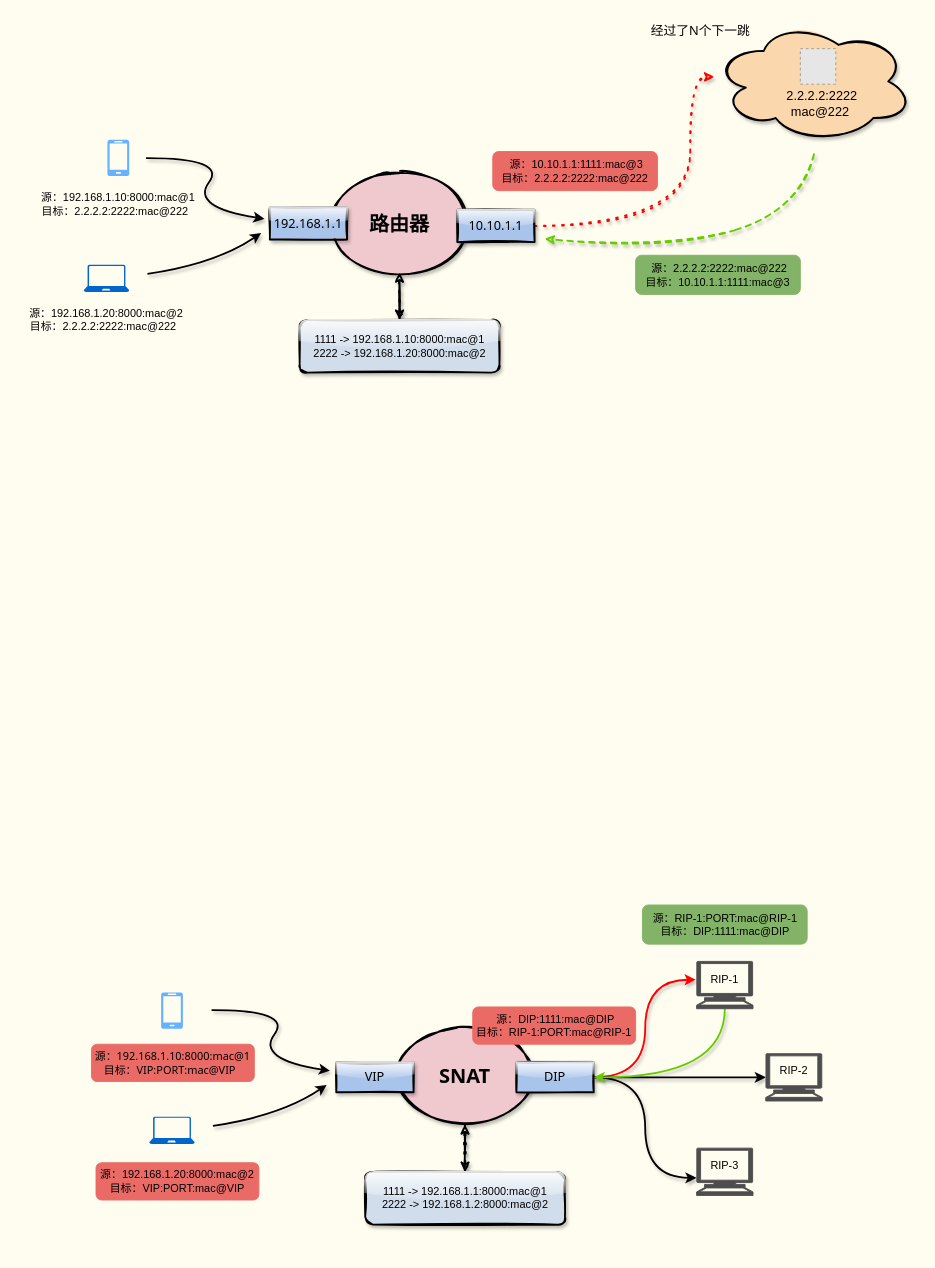
Earlier version of the draw.io diagram pictures/负载均衡/lvs_snat.drawio (boxtsecond/draw). Source tidied: cells renumbered, new cells numbered last; positions are measured from the earlier drawing's top-left corner, leaving out a move shared by most shapes. Both pictures are drawn from the tidied source at 91%, with x=0, y=0 at pixel (24, 20). Pictures stored in the file or linked from it are replaced by grey dashed boxes.
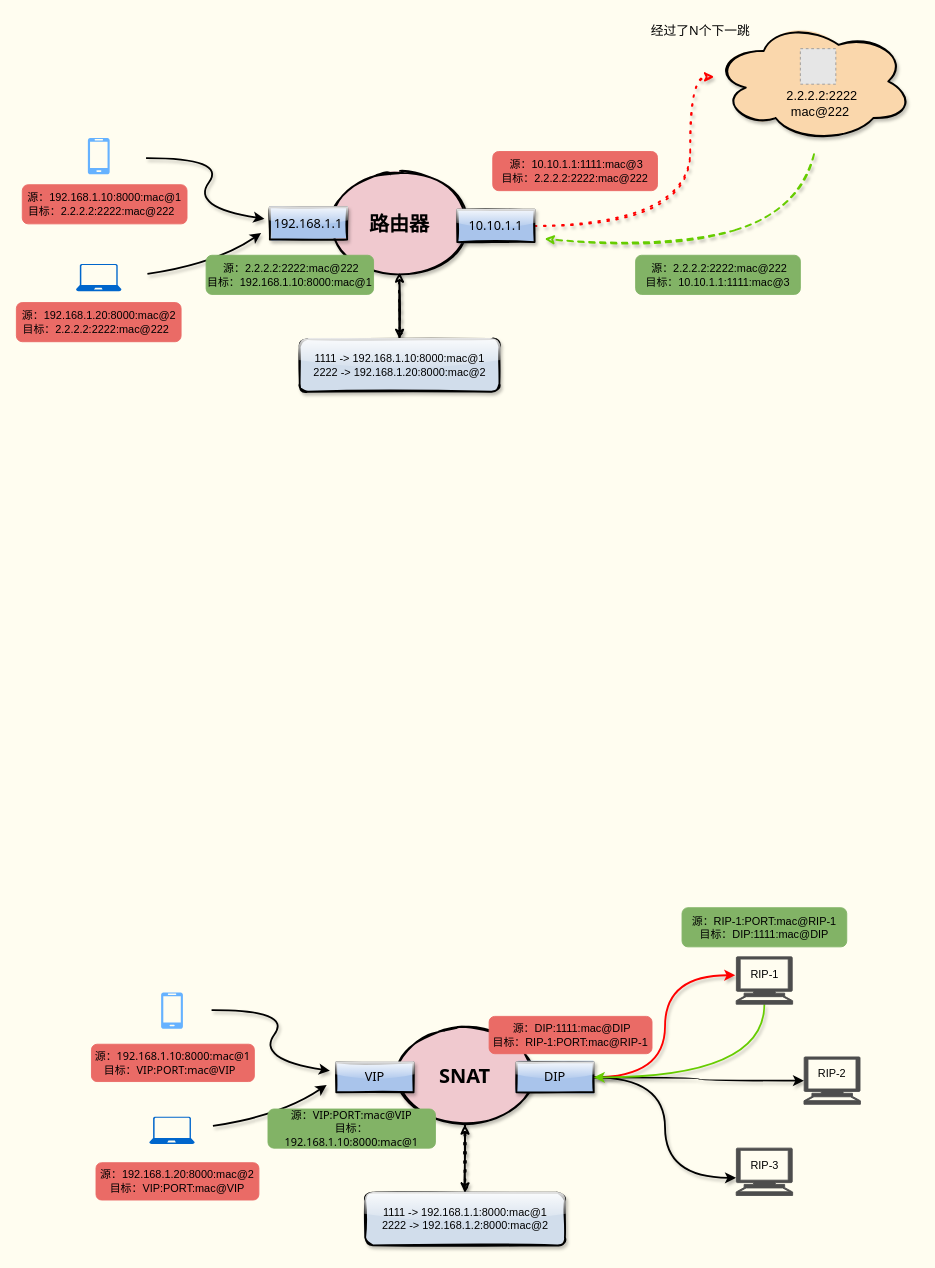
The same page after the edit.

The edit, as a diff of the source:
```diff
@@
     <mxCell id="2" style="shadow=0;dashed=0;html=1;strokeColor=none;labelPosition=center;verticalLabelPosition=bottom;verticalAlign=top;align=center;fillColor=#66B2FF;shape=mxgraph.azure.mobile;" parent="1" vertex="1">
-      <mxGeometry x="91.5" y="131" width="24" height="40" as="geometry" />
+      <mxGeometry x="70" y="129" width="24" height="40" as="geometry" />
     </mxCell>
     <mxCell id="3" style="shadow=0;dashed=0;html=1;strokeColor=none;labelPosition=center;verticalLabelPosition=bottom;verticalAlign=top;align=center;fillColor=#0066CC;shape=mxgraph.azure.laptop;" parent="1" vertex="1">
-      <mxGeometry x="65.5" y="268.5" width="50" height="30" as="geometry" />
+      <mxGeometry x="57" y="267.5" width="50" height="30" as="geometry" />
     </mxCell>
@@
-    <mxCell id="7" value="&lt;div style=&quot;font-family: &amp;#34;helvetica&amp;#34; ; font-size: 12px&quot;&gt;源：192.168.1.20:8000:mac@2&lt;/div&gt;&lt;div style=&quot;font-family: &amp;#34;helvetica&amp;#34; ; font-size: 12px&quot;&gt;目标：2.2.2.2:2222:mac@222&amp;nbsp;&amp;nbsp;&lt;/div&gt;" style="text;html=1;strokeColor=none;fillColor=none;align=center;verticalAlign=middle;whiteSpace=wrap;rounded=0;shadow=1;glass=1;sketch=1;fontFamily=Tahoma;fontSize=14;" parent="1" vertex="1">
+    <mxCell id="7" value="&lt;div style=&quot;font-family: &amp;#34;helvetica&amp;#34; ; font-size: 12px&quot;&gt;&lt;br&gt;&lt;/div&gt;" style="text;html=1;strokeColor=none;fillColor=none;align=center;verticalAlign=middle;whiteSpace=wrap;rounded=0;shadow=1;glass=1;sketch=1;fontFamily=Tahoma;fontSize=14;" parent="1" vertex="1">
       <mxGeometry y="319" width="181" height="20" as="geometry" />
     </mxCell>
@@
-    <mxCell id="15" value="&lt;div style=&quot;font-family: &amp;#34;helvetica&amp;#34; ; font-size: 12px&quot;&gt;&lt;div&gt;源：192.168.1.10:8000:mac@1&lt;/div&gt;&lt;div&gt;目标：2.2.2.2:2222:mac@222&amp;nbsp;&amp;nbsp;&lt;/div&gt;&lt;/div&gt;" style="text;html=1;strokeColor=none;fillColor=none;align=center;verticalAlign=middle;whiteSpace=wrap;rounded=0;shadow=1;glass=1;sketch=1;fontFamily=Tahoma;fontSize=14;" parent="1" vertex="1">
+    <mxCell id="15" value="&lt;div style=&quot;font-family: &amp;#34;helvetica&amp;#34; ; font-size: 12px&quot;&gt;&lt;br&gt;&lt;/div&gt;" style="text;html=1;strokeColor=none;fillColor=none;align=center;verticalAlign=middle;whiteSpace=wrap;rounded=0;shadow=1;glass=1;sketch=1;fontFamily=Tahoma;fontSize=14;" parent="1" vertex="1">
       <mxGeometry x="13" y="192" width="181" height="20" as="geometry" />
     </mxCell>
@@
     <mxCell id="19" value="&lt;div style=&quot;font-family: &amp;#34;helvetica&amp;#34; ; font-size: 12px&quot;&gt;1111 -&amp;gt; 192.168.1.10:8000:mac@1&lt;/div&gt;&lt;div style=&quot;font-family: &amp;#34;helvetica&amp;#34; ; font-size: 12px&quot;&gt;2222 -&amp;gt; 192.168.1.20:8000:mac@2&lt;br&gt;&lt;/div&gt;" style="whiteSpace=wrap;html=1;shadow=1;fontFamily=Tahoma;fontSize=14;strokeWidth=2;glass=1;sketch=1;fillStyle=solid;rounded=1;fillColor=#D1DDEB;" parent="1" vertex="1">
-      <mxGeometry x="302.8" y="329" width="219.5" height="58" as="geometry" />
+      <mxGeometry x="302.8" y="350" width="219.5" height="58" as="geometry" />
     </mxCell>
@@
     <mxCell id="38" value="&lt;div style=&quot;font-family: &amp;#34;helvetica&amp;#34; ; font-size: 12px&quot;&gt;1111 -&amp;gt; 192.168.1.1:8000:mac@1&lt;/div&gt;&lt;div style=&quot;font-family: &amp;#34;helvetica&amp;#34; ; font-size: 12px&quot;&gt;2222 -&amp;gt; 192.168.1.2:8000:mac@2&lt;br&gt;&lt;/div&gt;" style="whiteSpace=wrap;html=1;shadow=1;fontFamily=Tahoma;fontSize=14;strokeWidth=2;glass=1;sketch=1;fillStyle=solid;rounded=1;fillColor=#D1DDEB;" parent="1" vertex="1">
-      <mxGeometry x="374.8" y="1265.2" width="219.5" height="58" as="geometry" />
+      <mxGeometry x="374.8" y="1288" width="219.5" height="58" as="geometry" />
     </mxCell>
@@
     <mxCell id="40" style="shape=mxgraph.signs.tech.computer;html=1;verticalLabelPosition=bottom;verticalAlign=top;align=center;labelBackgroundColor=none;fontColor=#ffffff;fillColor=#4D4D4D;strokeColor=#4D4D4D;" parent="1" vertex="1">
-      <mxGeometry x="739" y="1034" width="62" height="52" as="geometry" />
+      <mxGeometry x="782.5" y="1029" width="62" height="52" as="geometry" />
     </mxCell>
     <mxCell id="41" style="shape=mxgraph.signs.tech.computer;html=1;verticalLabelPosition=bottom;verticalAlign=top;align=center;labelBackgroundColor=none;fontColor=#ffffff;fillColor=#4D4D4D;strokeColor=#4D4D4D;" parent="1" vertex="1">
-      <mxGeometry x="815" y="1135.4" width="62" height="52" as="geometry" />
+      <mxGeometry x="857" y="1139" width="62" height="52" as="geometry" />
     </mxCell>
     <mxCell id="42" style="shape=mxgraph.signs.tech.computer;html=1;verticalLabelPosition=bottom;verticalAlign=top;align=center;labelBackgroundColor=none;fontColor=#ffffff;fillColor=#4D4D4D;strokeColor=#4D4D4D;" parent="1" vertex="1">
-      <mxGeometry x="739" y="1239.2" width="62" height="52" as="geometry" />
+      <mxGeometry x="782.5" y="1239.2" width="62" height="52" as="geometry" />
     </mxCell>
     <mxCell id="43" value="&lt;span style=&quot;color: rgb(0, 0, 0); font-family: helvetica; font-size: 12px; font-style: normal; font-weight: 400; letter-spacing: normal; text-align: center; text-indent: 0px; text-transform: none; word-spacing: 0px; display: inline; float: none;&quot;&gt;RIP-1&lt;/span&gt;" style="text;html=1;strokeColor=none;fillColor=none;align=center;verticalAlign=middle;whiteSpace=wrap;rounded=0;labelBackgroundColor=none;" parent="1" vertex="1">
-      <mxGeometry x="750" y="1044" width="40" height="20" as="geometry" />
+      <mxGeometry x="793.5" y="1039" width="40" height="20" as="geometry" />
     </mxCell>
     <mxCell id="44" value="&lt;span style=&quot;color: rgb(0, 0, 0); font-family: helvetica; font-size: 12px; font-style: normal; font-weight: 400; letter-spacing: normal; text-align: center; text-indent: 0px; text-transform: none; word-spacing: 0px; display: inline; float: none;&quot;&gt;RIP-2&lt;/span&gt;" style="text;html=1;strokeColor=none;fillColor=none;align=center;verticalAlign=middle;whiteSpace=wrap;rounded=0;labelBackgroundColor=none;" parent="1" vertex="1">
-      <mxGeometry x="826" y="1144.4" width="40" height="20" as="geometry" />
+      <mxGeometry x="868" y="1148" width="40" height="20" as="geometry" />
     </mxCell>
     <mxCell id="45" value="&lt;span style=&quot;color: rgb(0, 0, 0); font-family: helvetica; font-size: 12px; font-style: normal; font-weight: 400; letter-spacing: normal; text-align: center; text-indent: 0px; text-transform: none; word-spacing: 0px; display: inline; float: none;&quot;&gt;RIP-3&lt;/span&gt;" style="text;html=1;strokeColor=none;fillColor=none;align=center;verticalAlign=middle;whiteSpace=wrap;rounded=0;labelBackgroundColor=none;" parent="1" vertex="1">
-      <mxGeometry x="750" y="1249.2" width="40" height="20" as="geometry" />
+      <mxGeometry x="793.5" y="1249.2" width="40" height="20" as="geometry" />
     </mxCell>
     <mxCell id="46" value="&amp;nbsp;源：DIP:1111:mac@DIP&lt;br&gt;目标：RIP-1:PORT:mac@RIP-1" style="rounded=1;whiteSpace=wrap;html=1;fillColor=#EA6B66;strokeColor=#EA6B66;" parent="1" vertex="1">
-      <mxGeometry x="493" y="1084" width="179" height="41" as="geometry" />
+      <mxGeometry x="511" y="1094.4" width="179" height="41" as="geometry" />
     </mxCell>
     <mxCell id="47" value="源：RIP-1:PORT:mac@RIP-1&lt;br&gt;目标：DIP:1111:mac@DIP" style="rounded=1;whiteSpace=wrap;html=1;strokeColor=#82b366;fillColor=#82B366;" parent="1" vertex="1">
-      <mxGeometry x="679.5" y="972" width="181" height="43" as="geometry" />
+      <mxGeometry x="723" y="975" width="181" height="43" as="geometry" />
     </mxCell>
@@
+    <mxCell id="50" value="源：&lt;span style=&quot;font-family: &amp;#34;tahoma&amp;#34;&quot;&gt;VIP:PORT:mac@VIP&lt;/span&gt;&lt;br&gt;目标：&lt;span style=&quot;font-family: &amp;#34;tahoma&amp;#34;&quot;&gt;192.168.1.10:8000:mac@1&lt;/span&gt;" style="rounded=1;whiteSpace=wrap;html=1;strokeColor=#82b366;fillColor=#82B366;" parent="1" vertex="1">
+      <mxGeometry x="268" y="1196.2" width="184" height="43" as="geometry" />
+    </mxCell>
+    <mxCell id="51" value="&lt;div style=&quot;font-family: &amp;#34;helvetica&amp;#34;&quot;&gt;源：192.168.1.10:8000:mac@1&lt;/div&gt;&lt;div style=&quot;font-family: &amp;#34;helvetica&amp;#34;&quot;&gt;目标：2.2.2.2:2222:mac@222&amp;nbsp;&amp;nbsp;&lt;/div&gt;" style="rounded=1;whiteSpace=wrap;html=1;fillColor=#EA6B66;strokeColor=#EA6B66;" parent="1" vertex="1">
+      <mxGeometry x="-2" y="180.5" width="181" height="43" as="geometry" />
+    </mxCell>
+    <mxCell id="52" value="&lt;div style=&quot;font-family: &amp;#34;helvetica&amp;#34;&quot;&gt;&lt;div&gt;源：192.168.1.20:8000:mac@2&lt;/div&gt;&lt;div&gt;目标：2.2.2.2:2222:mac@222&amp;nbsp;&amp;nbsp;&lt;/div&gt;&lt;/div&gt;" style="rounded=1;whiteSpace=wrap;html=1;fillColor=#EA6B66;strokeColor=#EA6B66;" parent="1" vertex="1">
+      <mxGeometry x="-8.5" y="310" width="181" height="43" as="geometry" />
+    </mxCell>
+    <mxCell id="53" value="&amp;nbsp;源：2.2.2.2:2222:mac@222&lt;br&gt;目标：&lt;span style=&quot;font-family: &amp;#34;helvetica&amp;#34;&quot;&gt;192.168.1.10:8000:mac@1&lt;/span&gt;" style="rounded=1;whiteSpace=wrap;html=1;strokeColor=#82b366;fillColor=#82B366;" parent="1" vertex="1">
+      <mxGeometry x="200" y="258" width="184" height="43" as="geometry" />
+    </mxCell>
```
